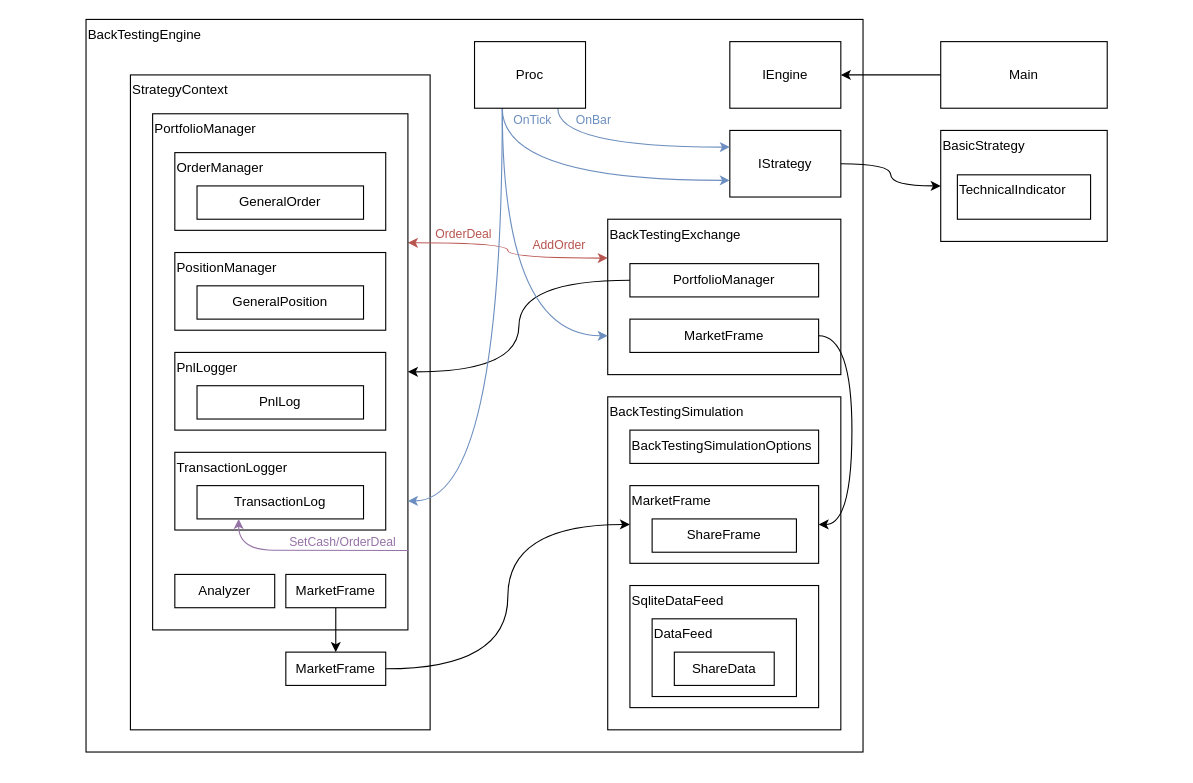
Earlier version of the draw.io diagram CarrotBacktesting.Net/CarrotBacktesting.Net.Diagram.drawio (CRThu/CarrotQuant.Net). Source tidied: cells renumbered, new cells numbered last; positions are measured from the earlier drawing's top-left corner, leaving out a move shared by most shapes. Both pictures are drawn from the tidied source at 111%, with x=0, y=0 at pixel (85, 19).
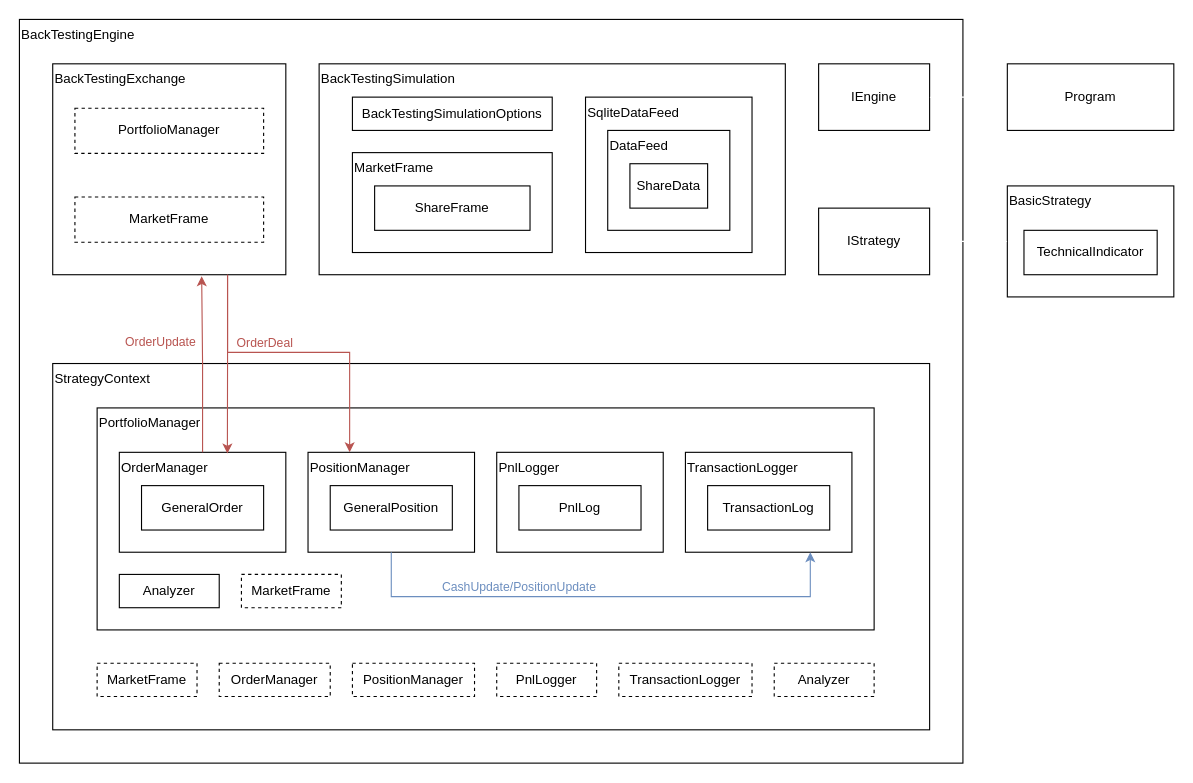
The same page after the edit.

Commit message (it also covers changes not shown here):
回测框架结构框图更新

Diff of the diagram source:
```diff
@@
     <mxCell id="2" value="BasicStrategy" style="rounded=0;whiteSpace=wrap;html=1;fillColor=none;align=left;verticalAlign=top;" parent="1" vertex="1">
-      <mxGeometry x="770" y="100" width="150" height="100" as="geometry" />
+      <mxGeometry x="830" y="150" width="150" height="100" as="geometry" />
     </mxCell>
     <mxCell id="3" value="BackTestingEngine" style="rounded=0;whiteSpace=wrap;html=1;fillColor=none;align=left;verticalAlign=top;" parent="1" vertex="1">
-      <mxGeometry width="700" height="660" as="geometry" />
+      <mxGeometry x="-60" width="850" height="670" as="geometry" />
     </mxCell>
     <mxCell id="4" value="IEngine" style="rounded=0;whiteSpace=wrap;html=1;fillColor=none;align=center;verticalAlign=middle;" parent="1" vertex="1">
-      <mxGeometry x="580" y="20" width="100" height="60" as="geometry" />
+      <mxGeometry x="660" y="40" width="100" height="60" as="geometry" />
     </mxCell>
     <mxCell id="5" value="StrategyContext" style="rounded=0;whiteSpace=wrap;html=1;fillColor=none;align=left;verticalAlign=top;" parent="1" vertex="1">
-      <mxGeometry x="40" y="50" width="270" height="590" as="geometry" />
+      <mxGeometry x="-30" y="310" width="790" height="330" as="geometry" />
     </mxCell>
-    <mxCell id="6" value="BackTestingExchange" style="rounded=0;whiteSpace=wrap;html=1;fillColor=none;align=left;verticalAlign=top;" parent="1" vertex="1">
-      <mxGeometry x="470" y="180" width="210" height="140" as="geometry" />
-    </mxCell>
-    <mxCell id="7" style="edgeStyle=orthogonalEdgeStyle;rounded=0;jettySize=auto;html=1;exitX=1;exitY=0.5;exitDx=0;exitDy=0;entryX=0;entryY=0.5;entryDx=0;entryDy=0;curved=1;" parent="1" edge="1" source="8" target="2">
+    <mxCell id="7" style="edgeStyle=orthogonalEdgeStyle;rounded=0;jettySize=auto;html=1;exitX=1;exitY=0.5;exitDx=0;exitDy=0;entryX=0;entryY=0.5;entryDx=0;entryDy=0;fontColor=#B85450;strokeColor=#FFFFFF;" parent="1" edge="1" source="8" target="2">
       <mxGeometry relative="1" as="geometry" />
     </mxCell>
     <mxCell id="8" value="IStrategy" style="rounded=0;whiteSpace=wrap;html=1;fillColor=none;align=center;verticalAlign=middle;" parent="1" vertex="1">
-      <mxGeometry x="580" y="100" width="100" height="60" as="geometry" />
+      <mxGeometry x="660" y="170" width="100" height="60" as="geometry" />
     </mxCell>
-    <mxCell id="9" value="TechnicalIndicator" style="rounded=0;whiteSpace=wrap;html=1;fillColor=none;align=left;verticalAlign=top;" parent="1" vertex="1">
-      <mxGeometry x="785" y="140" width="120" height="40" as="geometry" />
+    <mxCell id="9" value="TechnicalIndicator" style="rounded=0;whiteSpace=wrap;html=1;fillColor=none;align=center;verticalAlign=middle;" parent="1" vertex="1">
+      <mxGeometry x="845" y="190" width="120" height="40" as="geometry" />
     </mxCell>
-    <mxCell id="10" style="edgeStyle=orthogonalEdgeStyle;curved=1;rounded=0;jettySize=auto;html=1;exitX=1;exitY=0.25;exitDx=0;exitDy=0;entryX=0;entryY=0.25;entryDx=0;entryDy=0;fontColor=#3399FF;elbow=vertical;fillColor=#f8cecc;strokeColor=#b85450;startArrow=classic;startFill=1;" parent="1" edge="1" source="13" target="6">
-      <mxGeometry relative="1" as="geometry" />
-    </mxCell>
-    <mxCell id="11" value="OrderDeal" style="edgeLabel;html=1;align=center;verticalAlign=middle;fontColor=#B85450;labelBackgroundColor=none;" parent="10" vertex="1">
-      <mxGeometry x="-0.15" y="-8" relative="1" as="geometry">
-        <mxPoint x="-32" y="-17" as="offset" />
-      </mxGeometry>
-    </mxCell>
-    <mxCell id="12" value="AddOrder" style="edgeLabel;html=1;align=center;verticalAlign=middle;fontColor=#B85450;labelBackgroundColor=none;" parent="10" vertex="1">
-      <mxGeometry x="-0.37" y="-5" relative="1" as="geometry">
-        <mxPoint x="75" y="-4" as="offset" />
-      </mxGeometry>
-    </mxCell>
     <mxCell id="13" value="PortfolioManager" style="rounded=0;whiteSpace=wrap;html=1;fillColor=none;align=left;verticalAlign=top;" parent="1" vertex="1">
-      <mxGeometry x="60" y="85" width="230" height="465" as="geometry" />
+      <mxGeometry x="10" y="350" width="700" height="200" as="geometry" />
     </mxCell>
-    <mxCell id="14" style="edgeStyle=orthogonalEdgeStyle;curved=1;rounded=0;jettySize=auto;html=1;exitX=1;exitY=0.5;exitDx=0;exitDy=0;entryX=0;entryY=0.5;entryDx=0;entryDy=0;" parent="1" edge="1" source="15" target="44">
-      <mxGeometry relative="1" as="geometry" />
-    </mxCell>
-    <mxCell id="15" value="MarketFrame" style="rounded=0;whiteSpace=wrap;html=1;fillColor=none;align=center;verticalAlign=middle;" parent="1" vertex="1">
-      <mxGeometry x="180" y="570" width="90" height="30" as="geometry" />
+    <mxCell id="15" value="MarketFrame" style="rounded=0;whiteSpace=wrap;html=1;fillColor=none;align=center;verticalAlign=middle;dashed=1;" parent="1" vertex="1">
+      <mxGeometry x="10" y="580" width="90" height="30" as="geometry" />
     </mxCell>
-    <mxCell id="16" style="edgeStyle=orthogonalEdgeStyle;curved=1;rounded=0;jettySize=auto;html=1;exitX=0.5;exitY=1;exitDx=0;exitDy=0;entryX=0.5;entryY=0;entryDx=0;entryDy=0;" parent="1" edge="1" source="17" target="15">
-      <mxGeometry relative="1" as="geometry" />
-    </mxCell>
-    <mxCell id="17" value="MarketFrame" style="rounded=0;whiteSpace=wrap;html=1;fillColor=none;align=center;verticalAlign=middle;" parent="1" vertex="1">
-      <mxGeometry x="180" y="500" width="90" height="30" as="geometry" />
+    <mxCell id="17" value="MarketFrame" style="rounded=0;whiteSpace=wrap;html=1;fillColor=none;align=center;verticalAlign=middle;dashed=1;" parent="1" vertex="1">
+      <mxGeometry x="140" y="500" width="90" height="30" as="geometry" />
     </mxCell>
-    <mxCell id="18" value="OrderManager" style="rounded=0;whiteSpace=wrap;html=1;fillColor=none;align=left;verticalAlign=top;" parent="1" vertex="1">
-      <mxGeometry x="80" y="120" width="190" height="70" as="geometry" />
-    </mxCell>
-    <mxCell id="19" value="PositionManager" style="rounded=0;whiteSpace=wrap;html=1;fillColor=none;align=left;verticalAlign=top;" parent="1" vertex="1">
-      <mxGeometry x="80" y="210" width="190" height="70" as="geometry" />
-    </mxCell>
-    <mxCell id="20" value="TransactionLogger" style="rounded=0;whiteSpace=wrap;html=1;fillColor=none;align=left;verticalAlign=top;" parent="1" vertex="1">
-      <mxGeometry x="80" y="390" width="190" height="70" as="geometry" />
-    </mxCell>
-    <mxCell id="21" value="GeneralOrder" style="rounded=0;whiteSpace=wrap;html=1;fillColor=none;align=center;verticalAlign=middle;" parent="1" vertex="1">
-      <mxGeometry x="100" y="150" width="150" height="30" as="geometry" />
-    </mxCell>
-    <mxCell id="22" value="GeneralPosition" style="rounded=0;whiteSpace=wrap;html=1;fillColor=none;align=center;verticalAlign=middle;" parent="1" vertex="1">
-      <mxGeometry x="100" y="240" width="150" height="30" as="geometry" />
-    </mxCell>
-    <mxCell id="23" value="TransactionLog" style="rounded=0;whiteSpace=wrap;html=1;fillColor=none;align=center;verticalAlign=middle;" parent="1" vertex="1">
-      <mxGeometry x="100" y="420" width="150" height="30" as="geometry" />
-    </mxCell>
-    <mxCell id="24" style="edgeStyle=orthogonalEdgeStyle;curved=1;rounded=0;jettySize=auto;html=1;exitX=1;exitY=0.5;exitDx=0;exitDy=0;entryX=1;entryY=0.5;entryDx=0;entryDy=0;" parent="1" edge="1" source="25" target="44">
-      <mxGeometry relative="1" as="geometry">
-        <Array as="points">
-          <mxPoint x="690" y="285" />
-          <mxPoint x="690" y="455" />
-        </Array>
-      </mxGeometry>
-    </mxCell>
-    <mxCell id="25" value="MarketFrame" style="rounded=0;whiteSpace=wrap;html=1;fillColor=none;align=center;verticalAlign=middle;" parent="1" vertex="1">
-      <mxGeometry x="490" y="270" width="170" height="30" as="geometry" />
-    </mxCell>
-    <mxCell id="26" style="edgeStyle=orthogonalEdgeStyle;rounded=0;jettySize=auto;html=1;exitX=0;exitY=0.5;exitDx=0;exitDy=0;elbow=vertical;curved=1;" parent="1" edge="1" source="27" target="13">
-      <mxGeometry relative="1" as="geometry" />
-    </mxCell>
-    <mxCell id="27" value="PortfolioManager" style="rounded=0;whiteSpace=wrap;html=1;fillColor=none;align=center;verticalAlign=middle;" parent="1" vertex="1">
-      <mxGeometry x="490" y="220" width="170" height="30" as="geometry" />
-    </mxCell>
-    <mxCell id="28" style="edgeStyle=orthogonalEdgeStyle;rounded=0;jettySize=auto;html=1;exitX=0;exitY=0.5;exitDx=0;exitDy=0;entryX=1;entryY=0.5;entryDx=0;entryDy=0;" parent="1" edge="1" source="29" target="4">
+    <mxCell id="28" style="edgeStyle=orthogonalEdgeStyle;rounded=0;jettySize=auto;html=1;exitX=0;exitY=0.5;exitDx=0;exitDy=0;entryX=1;entryY=0.5;entryDx=0;entryDy=0;fontColor=#B85450;strokeColor=#FFFFFF;" parent="1" edge="1" source="29" target="4">
       <mxGeometry relative="1" as="geometry" />
     </mxCell>
-    <mxCell id="29" value="Main" style="rounded=0;whiteSpace=wrap;html=1;fillColor=none;align=center;verticalAlign=middle;" parent="1" vertex="1">
-      <mxGeometry x="770" y="20" width="150" height="60" as="geometry" />
+    <mxCell id="29" value="Program" style="rounded=0;whiteSpace=wrap;html=1;fillColor=none;align=center;verticalAlign=middle;" parent="1" vertex="1">
+      <mxGeometry x="830" y="40" width="150" height="60" as="geometry" />
     </mxCell>
+    <mxCell id="48" value="Analyzer" style="rounded=0;whiteSpace=wrap;html=1;fillColor=none;align=center;verticalAlign=middle;" parent="1" vertex="1">
+      <mxGeometry x="30" y="500" width="90" height="30" as="geometry" />
+    </mxCell>
+    <mxCell id="49" style="group;" parent="1" vertex="1">
+      <mxGeometry x="30" y="390" width="150" height="90" as="geometry" />
+    </mxCell>
+    <mxCell id="18" value="OrderManager" style="rounded=0;whiteSpace=wrap;html=1;fillColor=none;align=left;verticalAlign=top;" parent="49" vertex="1">
+      <mxGeometry width="150" height="90" as="geometry" />
+    </mxCell>
+    <mxCell id="21" value="GeneralOrder" style="rounded=0;whiteSpace=wrap;html=1;fillColor=none;align=center;verticalAlign=middle;" parent="49" vertex="1">
+      <mxGeometry x="20" y="30" width="110" height="40" as="geometry" />
+    </mxCell>
+    <mxCell id="50" style="group;" parent="1" vertex="1">
+      <mxGeometry x="200" y="390" width="150" height="90" as="geometry" />
+    </mxCell>
+    <mxCell id="19" value="PositionManager" style="rounded=0;whiteSpace=wrap;html=1;fillColor=none;align=left;verticalAlign=top;" parent="50" vertex="1">
+      <mxGeometry width="150" height="90" as="geometry" />
+    </mxCell>
+    <mxCell id="22" value="GeneralPosition" style="rounded=0;whiteSpace=wrap;html=1;fillColor=none;align=center;verticalAlign=middle;" parent="50" vertex="1">
+      <mxGeometry x="20" y="30" width="110" height="40" as="geometry" />
+    </mxCell>
+    <mxCell id="51" style="group;" parent="1" vertex="1">
+      <mxGeometry x="370" y="390" width="150" height="90" as="geometry" />
+    </mxCell>
+    <mxCell id="46" value="PnlLogger" style="rounded=0;whiteSpace=wrap;html=1;fillColor=none;align=left;verticalAlign=top;" parent="51" vertex="1">
+      <mxGeometry width="150" height="90" as="geometry" />
+    </mxCell>
+    <mxCell id="47" value="PnlLog" style="rounded=0;whiteSpace=wrap;html=1;fillColor=none;align=center;verticalAlign=middle;" parent="51" vertex="1">
+      <mxGeometry x="20" y="30" width="110" height="40" as="geometry" />
+    </mxCell>
+    <mxCell id="52" style="group;" parent="1" vertex="1">
+      <mxGeometry x="540" y="390" width="150" height="90" as="geometry" />
+    </mxCell>
+    <mxCell id="20" value="TransactionLogger" style="rounded=0;whiteSpace=wrap;html=1;fillColor=none;align=left;verticalAlign=top;" parent="52" vertex="1">
+      <mxGeometry width="150" height="90" as="geometry" />
+    </mxCell>
+    <mxCell id="23" value="TransactionLog" style="rounded=0;whiteSpace=wrap;html=1;fillColor=none;align=center;verticalAlign=middle;" parent="52" vertex="1">
+      <mxGeometry x="20" y="30" width="110" height="40" as="geometry" />
+    </mxCell>
+    <mxCell id="53" style="group;" parent="1" vertex="1">
+      <mxGeometry x="210" y="40" width="420" height="190" as="geometry" />
+    </mxCell>
-    <mxCell id="30" value="BackTestingSimulation" style="rounded=0;whiteSpace=wrap;html=1;fillColor=none;align=left;verticalAlign=top;" parent="1" vertex="1">
-      <mxGeometry x="470" y="340" width="210" height="300" as="geometry" />
+    <mxCell id="30" value="BackTestingSimulation" style="rounded=0;whiteSpace=wrap;html=1;fillColor=none;align=left;verticalAlign=top;" parent="53" vertex="1">
+      <mxGeometry width="420" height="190" as="geometry" />
     </mxCell>
-    <mxCell id="31" style="edgeStyle=orthogonalEdgeStyle;curved=1;rounded=0;jettySize=auto;html=1;exitX=0.25;exitY=1;exitDx=0;exitDy=0;entryX=0;entryY=0.75;entryDx=0;entryDy=0;elbow=vertical;fillColor=#dae8fc;strokeColor=#6c8ebf;" parent="1" edge="1" source="37" target="8">
-      <mxGeometry relative="1" as="geometry" />
-    </mxCell>
-    <mxCell id="32" value="OnTick" style="edgeLabel;html=1;align=center;verticalAlign=middle;fontColor=#6C8EBF;labelBackgroundColor=none;" parent="31" vertex="1">
-      <mxGeometry x="0.22" y="7" relative="1" as="geometry">
-        <mxPoint x="-74" y="-48" as="offset" />
-      </mxGeometry>
-    </mxCell>
-    <mxCell id="33" style="edgeStyle=orthogonalEdgeStyle;curved=1;rounded=0;jettySize=auto;html=1;exitX=0.75;exitY=1;exitDx=0;exitDy=0;entryX=0;entryY=0.25;entryDx=0;entryDy=0;elbow=vertical;fillColor=#dae8fc;strokeColor=#6c8ebf;" parent="1" edge="1" source="37" target="8">
-      <mxGeometry relative="1" as="geometry" />
-    </mxCell>
-    <mxCell id="34" value="OnBar" style="edgeLabel;html=1;align=center;verticalAlign=middle;fontColor=#6C8EBF;labelBackgroundColor=none;" parent="33" vertex="1">
-      <mxGeometry x="-0.25" y="12" relative="1" as="geometry">
-        <mxPoint x="-5" y="-13" as="offset" />
-      </mxGeometry>
-    </mxCell>
-    <mxCell id="35" style="edgeStyle=orthogonalEdgeStyle;curved=1;rounded=0;jettySize=auto;html=1;exitX=0.25;exitY=1;exitDx=0;exitDy=0;entryX=1;entryY=0.75;entryDx=0;entryDy=0;fontColor=#3399FF;elbow=vertical;fillColor=#dae8fc;strokeColor=#6c8ebf;" parent="1" edge="1" source="37" target="13">
-      <mxGeometry relative="1" as="geometry" />
-    </mxCell>
-    <mxCell id="36" style="edgeStyle=orthogonalEdgeStyle;curved=1;rounded=0;jettySize=auto;html=1;exitX=0.25;exitY=1;exitDx=0;exitDy=0;entryX=0;entryY=0.75;entryDx=0;entryDy=0;fontColor=#3399FF;elbow=vertical;fillColor=#dae8fc;strokeColor=#6c8ebf;" parent="1" edge="1" source="37" target="6">
-      <mxGeometry relative="1" as="geometry" />
-    </mxCell>
-    <mxCell id="37" value="Proc" style="rounded=0;whiteSpace=wrap;html=1;fillColor=none;align=center;verticalAlign=middle;" parent="1" vertex="1">
-      <mxGeometry x="350" y="20" width="100" height="60" as="geometry" />
-    </mxCell>
-    <mxCell id="38" style="edgeStyle=orthogonalEdgeStyle;curved=1;rounded=0;jettySize=auto;html=1;entryX=0.25;entryY=1;entryDx=0;entryDy=0;fontColor=#CCCC00;elbow=vertical;fillColor=#e1d5e7;strokeColor=#9673A6;" parent="1" edge="1" target="23">
-      <mxGeometry relative="1" as="geometry">
-        <mxPoint x="291" y="478.5" as="sourcePoint" />
-        <Array as="points">
-          <mxPoint x="200" y="479" />
-          <mxPoint x="138" y="478" />
-        </Array>
-      </mxGeometry>
-    </mxCell>
-    <mxCell id="39" value="&lt;span style=&quot;&quot;&gt;SetCash/&lt;/span&gt;&lt;font&gt;OrderDeal&lt;/font&gt;" style="edgeLabel;html=1;align=center;verticalAlign=middle;fontColor=#9673A6;labelBackgroundColor=none;" parent="38" vertex="1">
-      <mxGeometry x="0.27" y="-9" relative="1" as="geometry">
-        <mxPoint x="54" y="1" as="offset" />
-      </mxGeometry>
-    </mxCell>
+    <mxCell id="43" value="&lt;span style=&quot;text-align: left&quot;&gt;BackTestingSimulation&lt;/span&gt;Options" style="rounded=0;whiteSpace=wrap;html=1;fillColor=none;align=center;verticalAlign=middle;" parent="53" vertex="1">
+      <mxGeometry x="30" y="30" width="180" height="30" as="geometry" />
+    </mxCell>
+    <mxCell id="54" style="group;" parent="53" vertex="1">
+      <mxGeometry x="30" y="80" width="180" height="90" as="geometry" />
+    </mxCell>
+    <mxCell id="44" value="MarketFrame" style="rounded=0;whiteSpace=wrap;html=1;fillColor=none;align=left;verticalAlign=top;" parent="54" vertex="1">
+      <mxGeometry width="180" height="90" as="geometry" />
+    </mxCell>
+    <mxCell id="45" value="ShareFrame" style="rounded=0;whiteSpace=wrap;html=1;fillColor=none;align=center;verticalAlign=middle;" parent="54" vertex="1">
+      <mxGeometry x="20" y="30" width="140" height="40" as="geometry" />
+    </mxCell>
+    <mxCell id="55" style="group;" parent="53" vertex="1">
+      <mxGeometry x="240" y="30" width="150" height="140" as="geometry" />
+    </mxCell>
-    <mxCell id="40" value="SqliteDataFeed" style="rounded=0;whiteSpace=wrap;html=1;fillColor=none;align=left;verticalAlign=top;" parent="1" vertex="1">
-      <mxGeometry x="490" y="510" width="170" height="110" as="geometry" />
+    <mxCell id="40" value="SqliteDataFeed" style="rounded=0;whiteSpace=wrap;html=1;fillColor=none;align=left;verticalAlign=top;" parent="55" vertex="1">
+      <mxGeometry width="150" height="140" as="geometry" />
     </mxCell>
-    <mxCell id="41" value="DataFeed" style="rounded=0;whiteSpace=wrap;html=1;fillColor=none;align=left;verticalAlign=top;" parent="1" vertex="1">
-      <mxGeometry x="510" y="540" width="130" height="70" as="geometry" />
+    <mxCell id="41" value="DataFeed" style="rounded=0;whiteSpace=wrap;html=1;fillColor=none;align=left;verticalAlign=top;" parent="55" vertex="1">
+      <mxGeometry x="20" y="30" width="110" height="90" as="geometry" />
     </mxCell>
-    <mxCell id="42" value="ShareData" style="rounded=0;whiteSpace=wrap;html=1;fillColor=none;align=center;verticalAlign=middle;" parent="1" vertex="1">
-      <mxGeometry x="530" y="570" width="90" height="30" as="geometry" />
+    <mxCell id="42" value="ShareData" style="rounded=0;whiteSpace=wrap;html=1;fillColor=none;align=center;verticalAlign=middle;" parent="55" vertex="1">
+      <mxGeometry x="40" y="60" width="70" height="40" as="geometry" />
     </mxCell>
-    <mxCell id="43" value="BackTestingSimulationOptions" style="rounded=0;whiteSpace=wrap;html=1;fillColor=none;align=left;verticalAlign=top;" parent="1" vertex="1">
-      <mxGeometry x="490" y="370" width="170" height="30" as="geometry" />
-    </mxCell>
-    <mxCell id="44" value="MarketFrame" style="rounded=0;whiteSpace=wrap;html=1;fillColor=none;align=left;verticalAlign=top;" parent="1" vertex="1">
-      <mxGeometry x="490" y="420" width="170" height="70" as="geometry" />
-    </mxCell>
-    <mxCell id="45" value="ShareFrame" style="rounded=0;whiteSpace=wrap;html=1;fillColor=none;align=center;verticalAlign=middle;" parent="1" vertex="1">
-      <mxGeometry x="510" y="450" width="130" height="30" as="geometry" />
-    </mxCell>
-    <mxCell id="46" value="PnlLogger" style="rounded=0;whiteSpace=wrap;html=1;fillColor=none;align=left;verticalAlign=top;" parent="1" vertex="1">
-      <mxGeometry x="80" y="300" width="190" height="70" as="geometry" />
-    </mxCell>
-    <mxCell id="47" value="PnlLog" style="rounded=0;whiteSpace=wrap;html=1;fillColor=none;align=center;verticalAlign=middle;" parent="1" vertex="1">
-      <mxGeometry x="100" y="330" width="150" height="30" as="geometry" />
-    </mxCell>
-    <mxCell id="48" value="Analyzer" style="rounded=0;whiteSpace=wrap;html=1;fillColor=none;align=center;verticalAlign=middle;" parent="1" vertex="1">
-      <mxGeometry x="80" y="500" width="90" height="30" as="geometry" />
-    </mxCell>
+    <mxCell id="56" style="group;" parent="1" vertex="1">
+      <mxGeometry x="-30" y="40" width="210" height="190" as="geometry" />
+    </mxCell>
+    <mxCell id="6" value="BackTestingExchange" style="rounded=0;whiteSpace=wrap;html=1;fillColor=none;align=left;verticalAlign=top;" parent="56" vertex="1">
+      <mxGeometry width="210" height="190" as="geometry" />
+    </mxCell>
+    <mxCell id="25" value="MarketFrame" style="rounded=0;whiteSpace=wrap;html=1;fillColor=none;align=center;verticalAlign=middle;dashed=1;" parent="56" vertex="1">
+      <mxGeometry x="20" y="120" width="170" height="40.7" as="geometry" />
+    </mxCell>
+    <mxCell id="27" value="PortfolioManager" style="rounded=0;whiteSpace=wrap;html=1;fillColor=none;align=center;verticalAlign=middle;dashed=1;" parent="56" vertex="1">
+      <mxGeometry x="20" y="40" width="170" height="40.7" as="geometry" />
+    </mxCell>
+    <mxCell id="57" style="edgeStyle=orthogonalEdgeStyle;rounded=0;jettySize=auto;html=1;exitX=0.5;exitY=0;exitDx=0;exitDy=0;entryX=0.639;entryY=1.007;entryDx=0;entryDy=0;entryPerimeter=0;fontColor=#B85450;strokeColor=#B85450;horizontal=1;" parent="1" edge="1" source="18" target="6">
+      <mxGeometry relative="1" as="geometry" />
+    </mxCell>
+    <mxCell id="58" value="OrderUpdate" style="edgeLabel;html=1;align=center;verticalAlign=middle;fontColor=#B85450;labelBackgroundColor=none;horizontal=1;" parent="57" vertex="1">
+      <mxGeometry x="0.57" relative="1" as="geometry">
+        <mxPoint x="-38" y="25" as="offset" />
+      </mxGeometry>
+    </mxCell>
+    <mxCell id="59" style="edgeStyle=orthogonalEdgeStyle;rounded=0;jettySize=auto;html=1;exitX=0.75;exitY=1;exitDx=0;exitDy=0;entryX=0.649;entryY=0.012;entryDx=0;entryDy=0;entryPerimeter=0;fontColor=#B85450;strokeColor=#B85450;" parent="1" edge="1" source="6" target="18">
+      <mxGeometry relative="1" as="geometry" />
+    </mxCell>
+    <mxCell id="60" style="edgeStyle=orthogonalEdgeStyle;rounded=0;jettySize=auto;html=1;exitX=0.75;exitY=1;exitDx=0;exitDy=0;entryX=0.25;entryY=0;entryDx=0;entryDy=0;fontColor=#B85450;strokeColor=#B85450;" parent="1" edge="1" source="6" target="19">
+      <mxGeometry relative="1" as="geometry">
+        <Array as="points">
+          <mxPoint x="128" y="300" />
+          <mxPoint x="238" y="300" />
+        </Array>
+      </mxGeometry>
+    </mxCell>
+    <mxCell id="11" value="OrderDeal" style="edgeLabel;html=1;align=center;verticalAlign=middle;fontColor=#B85450;labelBackgroundColor=none;horizontal=1;" parent="60" vertex="1">
+      <mxGeometry x="-0.87" relative="1" as="geometry">
+        <mxPoint x="33" y="43" as="offset" />
+      </mxGeometry>
+    </mxCell>
+    <mxCell id="61" style="edgeStyle=orthogonalEdgeStyle;rounded=0;jettySize=auto;html=1;exitX=0.5;exitY=1;exitDx=0;exitDy=0;entryX=0.75;entryY=1;entryDx=0;entryDy=0;fontColor=#B85450;strokeColor=#6C8EBF;" parent="1" edge="1" source="19" target="20">
+      <mxGeometry relative="1" as="geometry">
+        <Array as="points">
+          <mxPoint x="275" y="520" />
+          <mxPoint x="653" y="520" />
+        </Array>
+      </mxGeometry>
+    </mxCell>
+    <mxCell id="62" value="CashUpdate/PositionUpdate" style="edgeLabel;html=1;align=center;verticalAlign=middle;fontColor=#6C8EBF;labelBackgroundColor=none;" parent="61" vertex="1">
+      <mxGeometry x="-0.13" y="3" relative="1" as="geometry">
+        <mxPoint x="-45" y="-7" as="offset" />
+      </mxGeometry>
+    </mxCell>
+    <mxCell id="63" value="OrderManager" style="rounded=0;whiteSpace=wrap;html=1;fillColor=none;align=center;verticalAlign=middle;dashed=1;" parent="1" vertex="1">
+      <mxGeometry x="120" y="580" width="100" height="30" as="geometry" />
+    </mxCell>
+    <mxCell id="64" value="PositionManager" style="rounded=0;whiteSpace=wrap;html=1;fillColor=none;align=center;verticalAlign=middle;dashed=1;" parent="1" vertex="1">
+      <mxGeometry x="240" y="580" width="110" height="30" as="geometry" />
+    </mxCell>
+    <mxCell id="65" value="PnlLogger" style="rounded=0;whiteSpace=wrap;html=1;fillColor=none;align=center;verticalAlign=middle;dashed=1;" parent="1" vertex="1">
+      <mxGeometry x="370" y="580" width="90" height="30" as="geometry" />
+    </mxCell>
+    <mxCell id="66" value="&lt;span style=&quot;text-align: left&quot;&gt;TransactionLogger&lt;/span&gt;" style="rounded=0;whiteSpace=wrap;html=1;fillColor=none;align=center;verticalAlign=middle;dashed=1;" parent="1" vertex="1">
+      <mxGeometry x="480" y="580" width="120" height="30" as="geometry" />
+    </mxCell>
+    <mxCell id="67" value="Analyzer" style="rounded=0;whiteSpace=wrap;html=1;fillColor=none;align=center;verticalAlign=middle;dashed=1;" parent="1" vertex="1">
+      <mxGeometry x="620" y="580" width="90" height="30" as="geometry" />
+    </mxCell>
```
